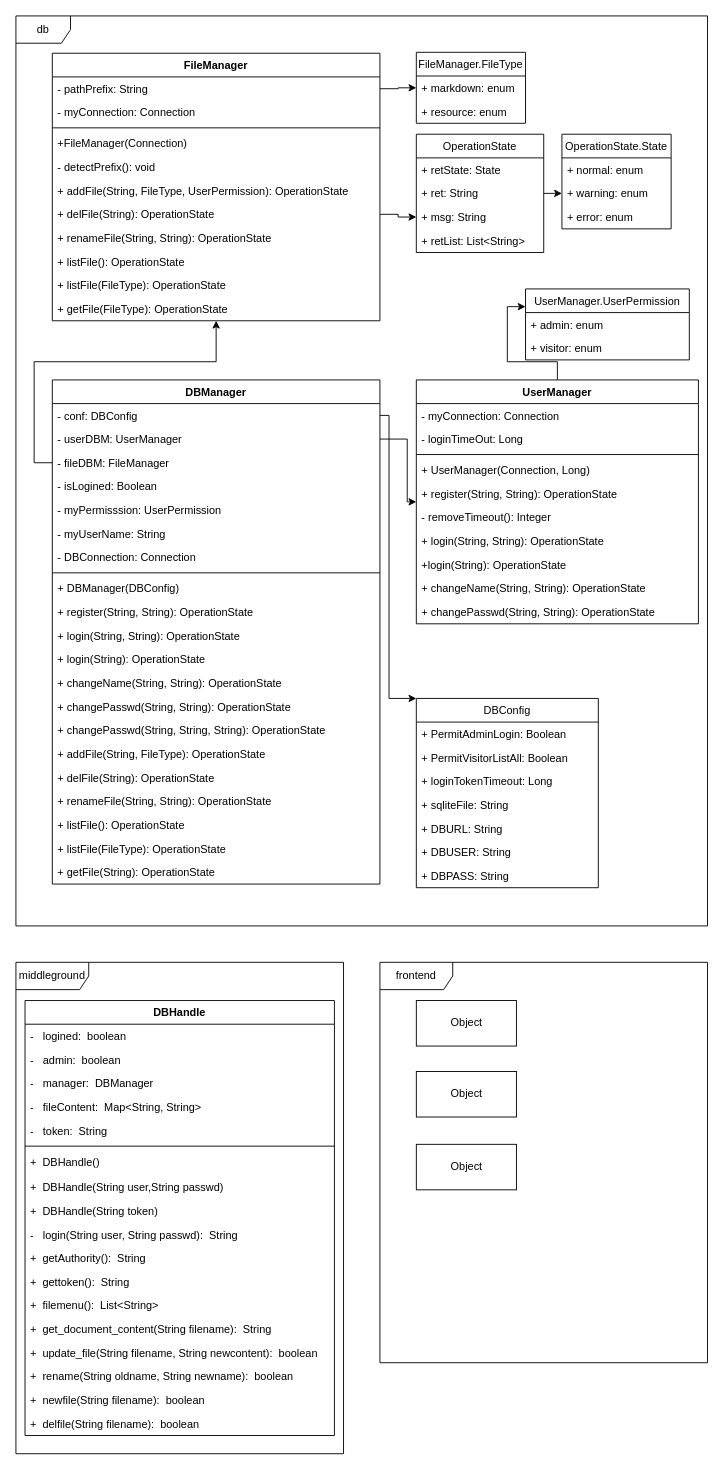
Before: reports/实验报告/ClassDiag.drawio in Heming-Zhong/MDBlog, a draw.io diagram. Source tidied: cells renumbered, new cells numbered last; positions are measured from the earlier drawing's top-left corner, leaving out a move shared by most shapes. Both pictures are drawn from the tidied source at 91%, with x=0, y=0 at pixel (15, 15).
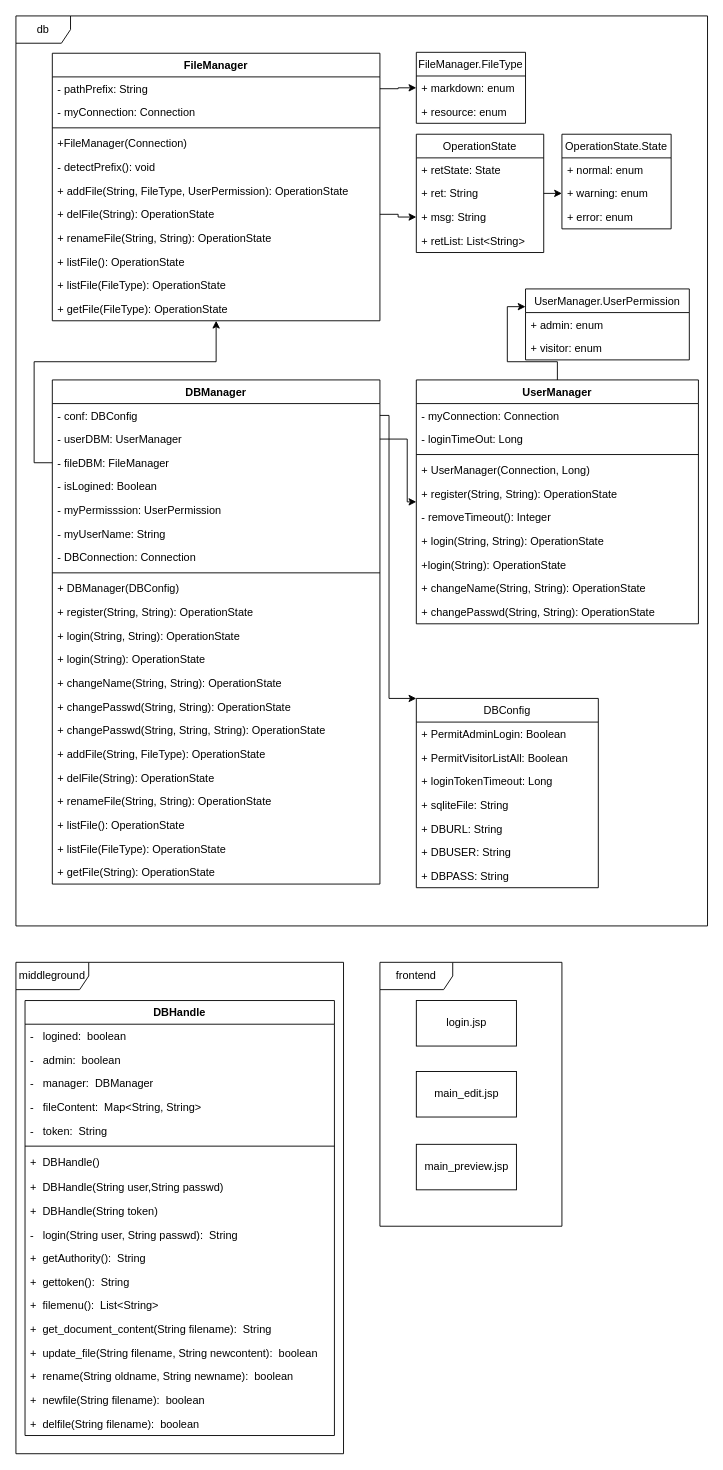
Above is the later version.

Diff of the diagram source:
```diff
@@
     <mxCell id="4" value="frontend" style="shape=umlFrame;whiteSpace=wrap;html=1;width=80;height=30;" parent="1" vertex="1">
-      <mxGeometry x="400" y="1040" width="360" height="440" as="geometry" />
+      <mxGeometry x="400" y="1040" width="200" height="290" as="geometry" />
     </mxCell>
@@
-    <mxCell id="99" value="Object" style="html=1;" parent="1" vertex="1">
+    <mxCell id="99" value="login.jsp" style="html=1;" parent="1" vertex="1">
       <mxGeometry x="440" y="1082" width="110" height="50" as="geometry" />
     </mxCell>
-    <mxCell id="100" value="Object" style="html=1;" parent="1" vertex="1">
+    <mxCell id="100" value="main_edit.jsp" style="html=1;" parent="1" vertex="1">
       <mxGeometry x="440" y="1160" width="110" height="50" as="geometry" />
     </mxCell>
-    <mxCell id="101" value="Object" style="html=1;" parent="1" vertex="1">
+    <mxCell id="101" value="main_preview.jsp" style="html=1;" parent="1" vertex="1">
       <mxGeometry x="440" y="1240" width="110" height="50" as="geometry" />
     </mxCell>
```
